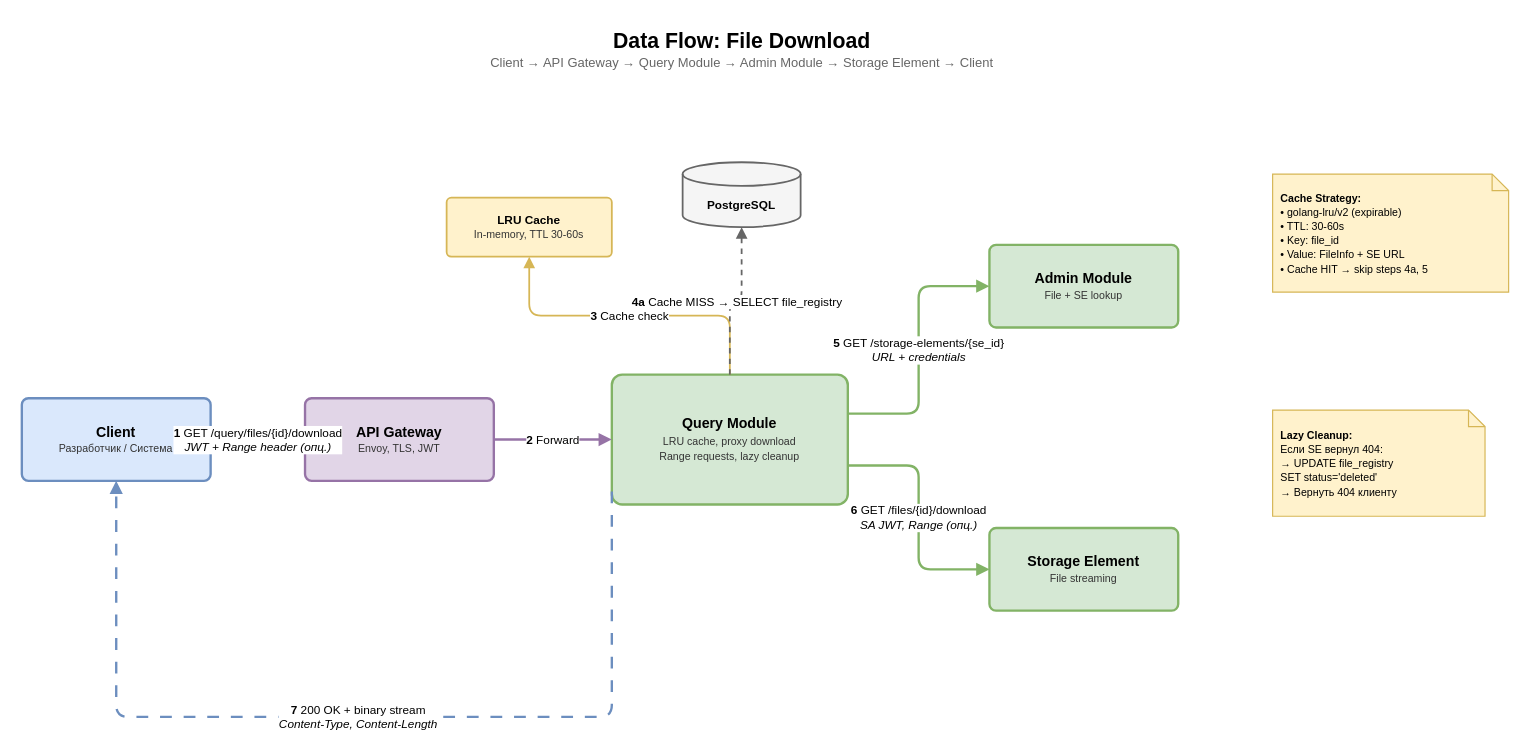
Before: docs/design/dataflow-download.drawio in BigKAA/goartstore, a draw.io diagram. Source tidied: cells renumbered, new cells numbered last; positions are measured from the earlier drawing's top-left corner, leaving out a move shared by most shapes. Both pictures are drawn from the tidied source at 118%, with x=0, y=0 at pixel (21, 20).
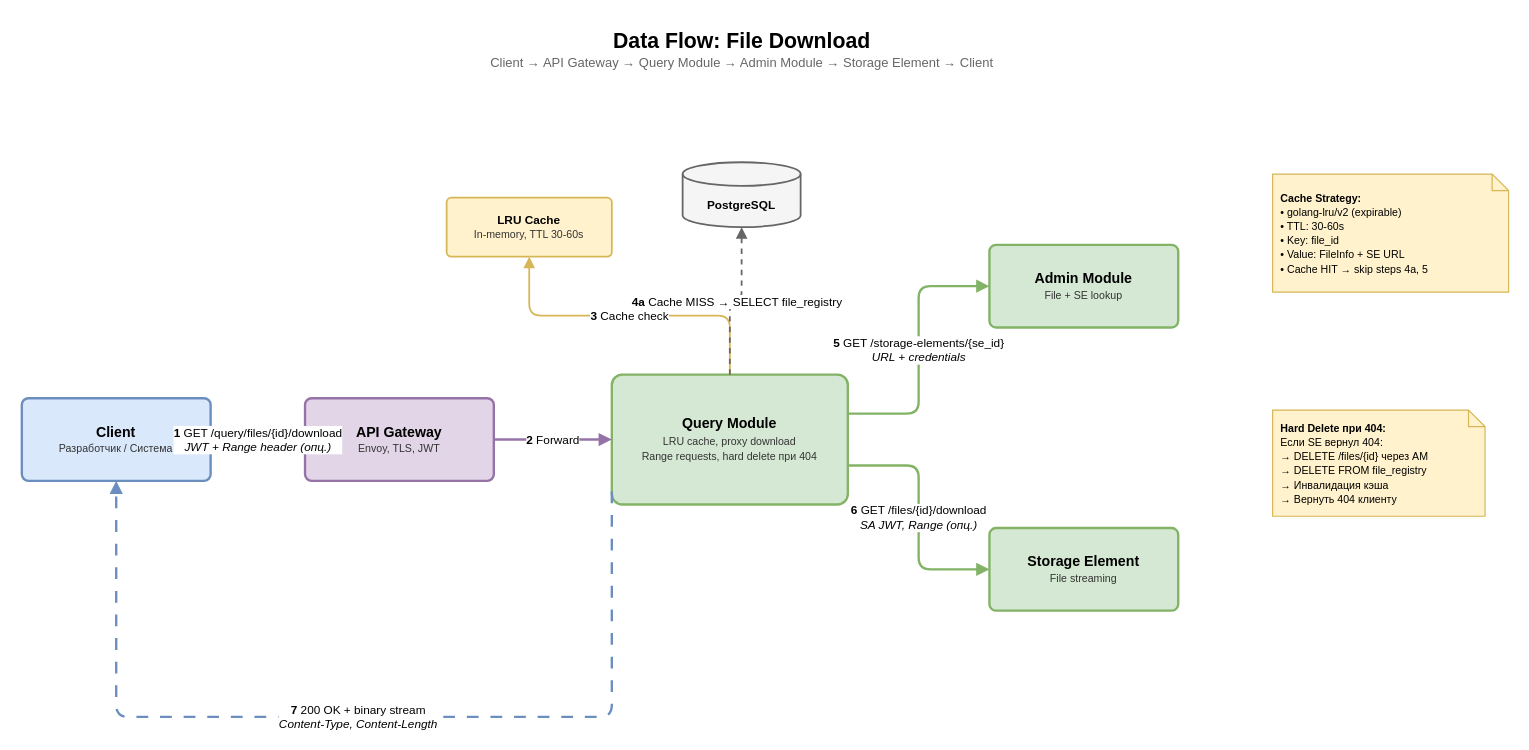
Above is the later version.

What changed in the source:
```diff
@@
-    <mxCell id="5" value="&lt;font style=&quot;font-size:12px&quot;&gt;&lt;b&gt;Query Module&lt;/b&gt;&lt;/font&gt;&lt;br&gt;&lt;font style=&quot;font-size:9px;color:#333&quot;&gt;LRU cache, proxy download&lt;br&gt;Range requests, lazy cleanup&lt;/font&gt;" style="rounded=1;whiteSpace=wrap;html=1;fillColor=#d5e8d4;strokeColor=#82b366;strokeWidth=2;arcSize=8;fontSize=11;" parent="1" vertex="1">
+    <mxCell id="5" value="&lt;font style=&quot;font-size:12px&quot;&gt;&lt;b&gt;Query Module&lt;/b&gt;&lt;/font&gt;&lt;br&gt;&lt;font style=&quot;font-size:9px;color:#333&quot;&gt;LRU cache, proxy download&lt;br&gt;Range requests, hard delete при 404&lt;/font&gt;" style="rounded=1;whiteSpace=wrap;html=1;fillColor=#d5e8d4;strokeColor=#82b366;strokeWidth=2;arcSize=8;fontSize=11;" parent="1" vertex="1">
       <mxGeometry x="500" y="300" width="200" height="110" as="geometry" />
     </mxCell>
@@
-    <mxCell id="17" value="&lt;font style=&quot;font-size:9px&quot;&gt;&lt;b&gt;Lazy Cleanup:&lt;/b&gt;&lt;br&gt;Если SE вернул 404:&lt;br&gt;→ UPDATE file_registry&lt;br&gt;   SET status='deleted'&lt;br&gt;→ Вернуть 404 клиенту&lt;/font&gt;" style="shape=note;whiteSpace=wrap;html=1;backgroundOutline=1;size=14;fillColor=#fff2cc;strokeColor=#d6b656;fontSize=10;align=left;spacingLeft=5;" parent="1" vertex="1">
+    <mxCell id="17" value="&lt;font style=&quot;font-size:9px&quot;&gt;&lt;b&gt;Hard Delete при 404:&lt;/b&gt;&lt;br&gt;Если SE вернул 404:&lt;br&gt;→ DELETE /files/{id} через AM&lt;br&gt;→ DELETE FROM file_registry&lt;br&gt;→ Инвалидация кэша&lt;br&gt;→ Вернуть 404 клиенту&lt;/font&gt;" style="shape=note;whiteSpace=wrap;html=1;backgroundOutline=1;size=14;fillColor=#fff2cc;strokeColor=#d6b656;fontSize=10;align=left;spacingLeft=5;" parent="1" vertex="1">
       <mxGeometry x="1060" y="330" width="180" height="90" as="geometry" />
     </mxCell>
```
